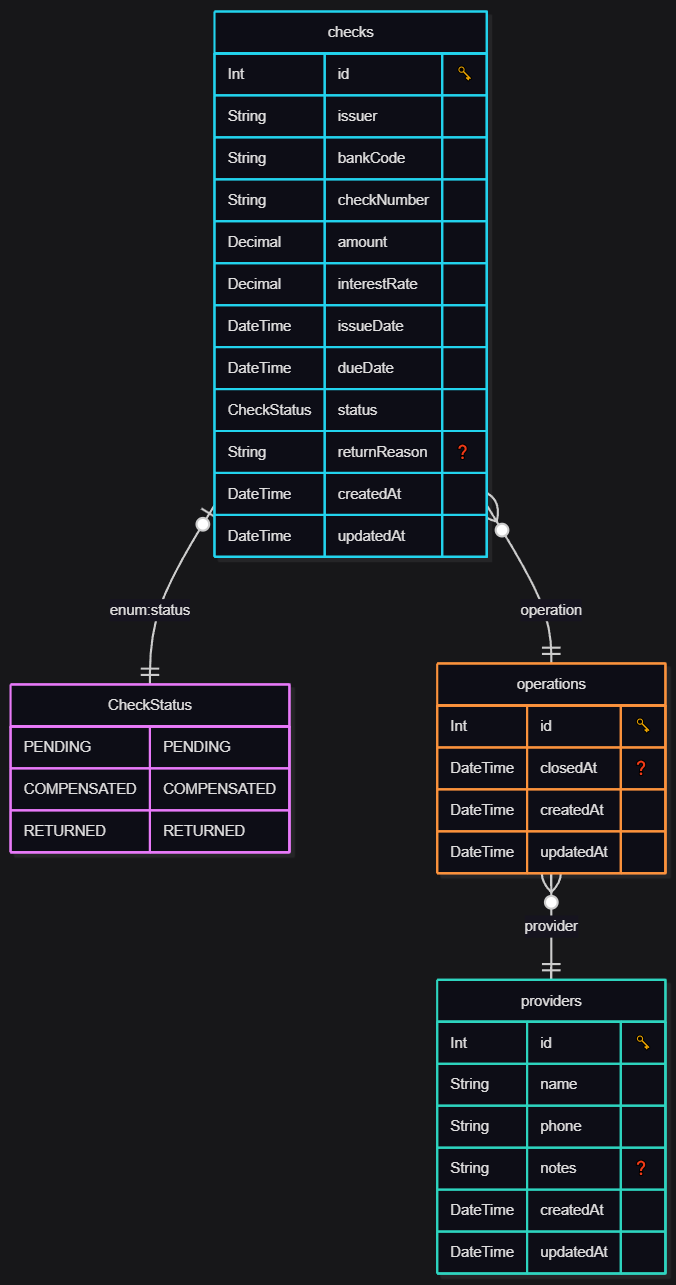
The Mermaid diagram docs/database/schema.png in erickppn/g-checkflow, before a commit. Its source is kept beside it as docs/database/schema.mmd. The source it was exported from:
```mermaid
erDiagram

        CheckStatus {
            PENDING PENDING
COMPENSATED COMPENSATED
RETURNED RETURNED
        }

  "providers" {
    Int id "🗝️"
    String name
    String phone
    String notes "❓"
    DateTime createdAt
    DateTime updatedAt
    }


  "operations" {
    Int id "🗝️"
    DateTime closedAt "❓"
    DateTime createdAt
    DateTime updatedAt
    }


  "checks" {
    Int id "🗝️"
    String issuer
    String bankCode
    String checkNumber
    Decimal amount
    Decimal interestRate
    DateTime issueDate
    DateTime dueDate
    CheckStatus status
    String returnReason "❓"
    DateTime createdAt
    DateTime updatedAt
    }

    "operations" }o--|| providers : "provider"
    "checks" |o--|| "CheckStatus" : "enum:status"
    "checks" }o--|| operations : "operation"
```
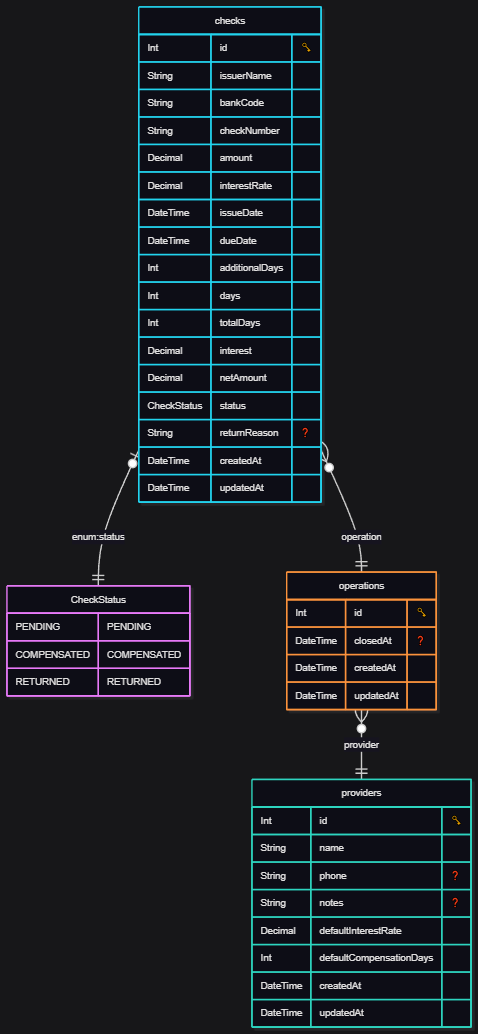
The same file after the commit.

The edit, as a diff of the source:
```diff
@@ -9,8 +9,10 @@
   "providers" {
     Int id "🗝️"
     String name
-    String phone
+    String phone "❓"
     String notes "❓"
+    Decimal defaultInterestRate
+    Int defaultCompensationDays
     DateTime createdAt
     DateTime updatedAt
     }
@@ -26,13 +28,18 @@
 
   "checks" {
     Int id "🗝️"
-    String issuer
+    String issuerName
     String bankCode
     String checkNumber
     Decimal amount
     Decimal interestRate
     DateTime issueDate
     DateTime dueDate
+    Int additionalDays
+    Int days
+    Int totalDays
+    Decimal interest
+    Decimal netAmount
     CheckStatus status
     String returnReason "❓"
     DateTime createdAt
```
